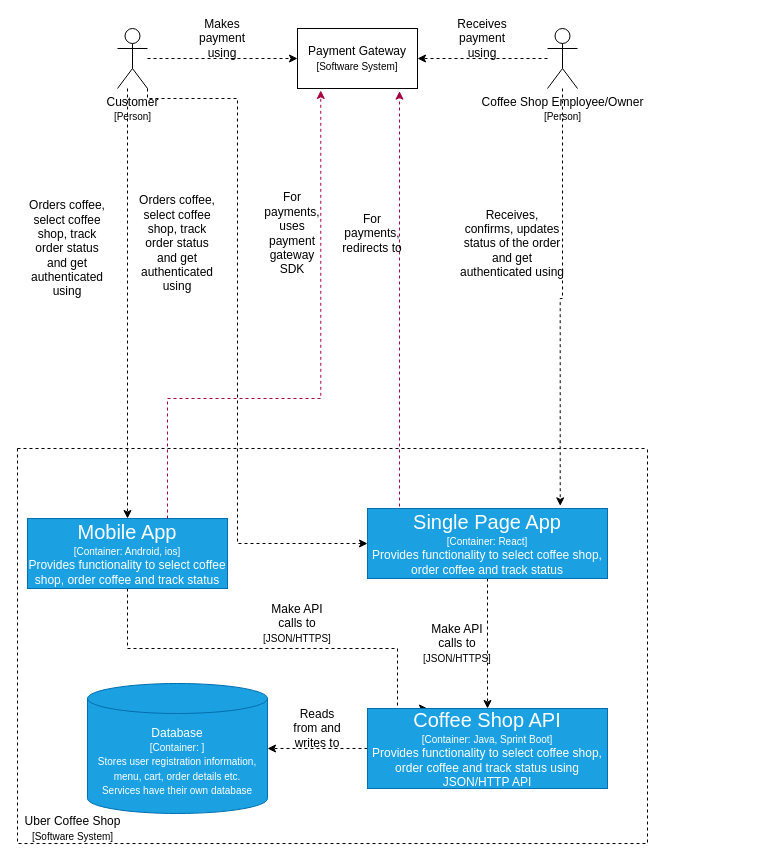
Earlier version of the draw.io diagram Container Diagram.drawio (dinesh-i/uber-coffee-shops). Source tidied: cells renumbered, new cells numbered last; positions are measured from the earlier drawing's top-left corner, leaving out a move shared by most shapes. Both pictures are drawn from the tidied source at 100%, with x=0, y=0 at pixel (17, 18).
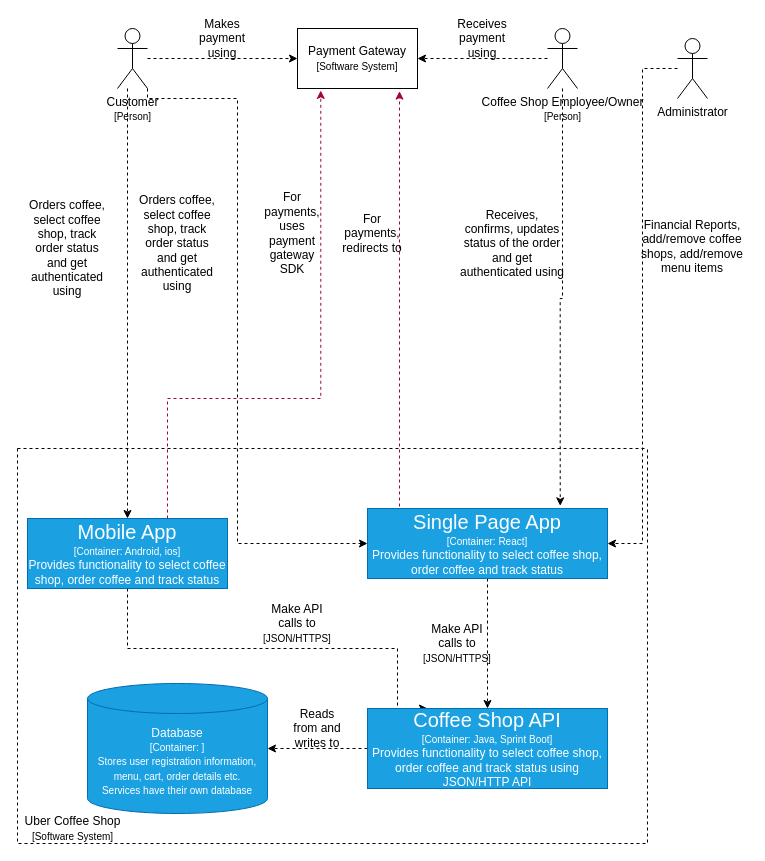
After the change.

Unchanged cells that the change refers to:
```xml
<mxCell id="21" value="&lt;font&gt;&lt;span style=&quot;font-size: 20px&quot;&gt;Single Page App&lt;/span&gt;&lt;br&gt;&lt;font style=&quot;font-size: 10px&quot;&gt;[Container: React]&lt;/font&gt;&lt;br&gt;&lt;/font&gt;Provides functionality to select coffee shop, order coffee and track status" style="rounded=0;whiteSpace=wrap;html=1;fillColor=#1ba1e2;strokeColor=#006EAF;fontColor=#ffffff;" parent="16" vertex="1">
  <mxGeometry x="350" y="60" width="240" height="70" as="geometry" />
</mxCell>
```

Diff of the diagram source:
```diff
@@
+    <mxCell id="31" style="edgeStyle=orthogonalEdgeStyle;rounded=0;jettySize=auto;html=1;entryX=1;entryY=0.5;entryDx=0;entryDy=0;dashed=1;" parent="1" edge="1" source="32" target="21">
+      <mxGeometry relative="1" as="geometry" />
+    </mxCell>
+    <mxCell id="32" value="Administrator" style="shape=umlActor;verticalLabelPosition=bottom;verticalAlign=top;html=1;outlineConnect=0;" parent="1" vertex="1">
+      <mxGeometry x="660" y="20" width="30" height="60" as="geometry" />
+    </mxCell>
+    <mxCell id="33" value="Financial Reports,&lt;br&gt;add/remove coffee shops, add/remove menu items" style="text;html=1;strokeColor=none;fillColor=none;align=center;verticalAlign=middle;whiteSpace=wrap;rounded=0;" parent="1" vertex="1">
+      <mxGeometry x="620" y="210" width="110" height="35" as="geometry" />
+    </mxCell>
```
